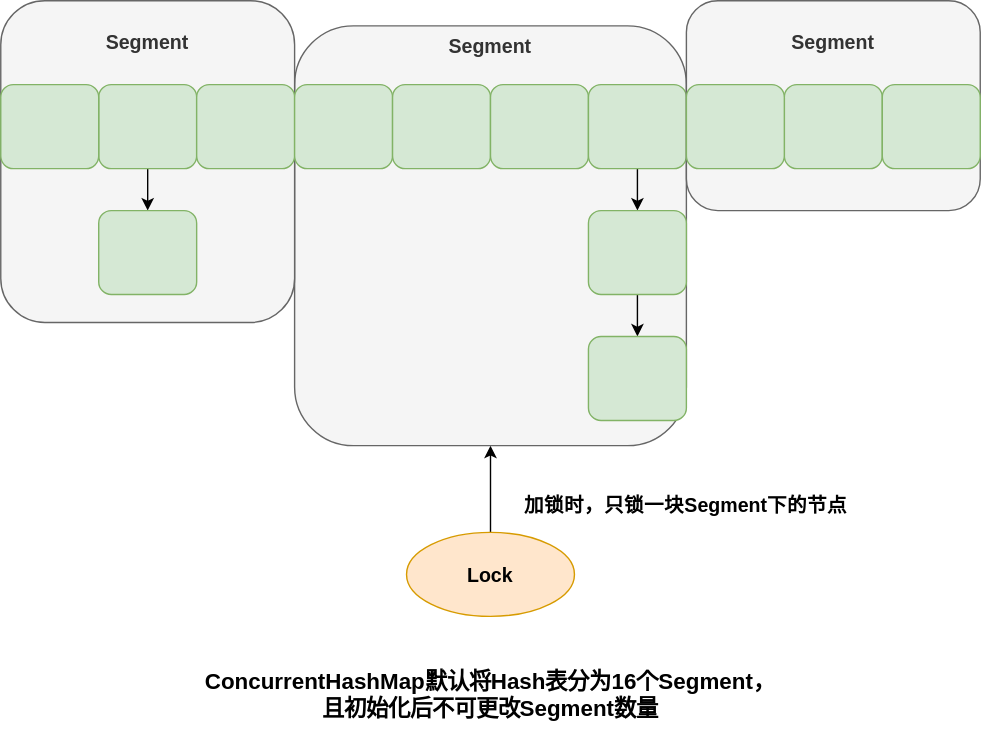
Above: Java/JavaSE/集合框架/Java7ConcurrentHashMap原理.drawio.svg in Developer-Tang/notes (draw.io), before the change. Source tidied: cells renumbered, new cells last; positions are measured from the earlier drawing's top-left corner, leaving out a move shared by most shapes.
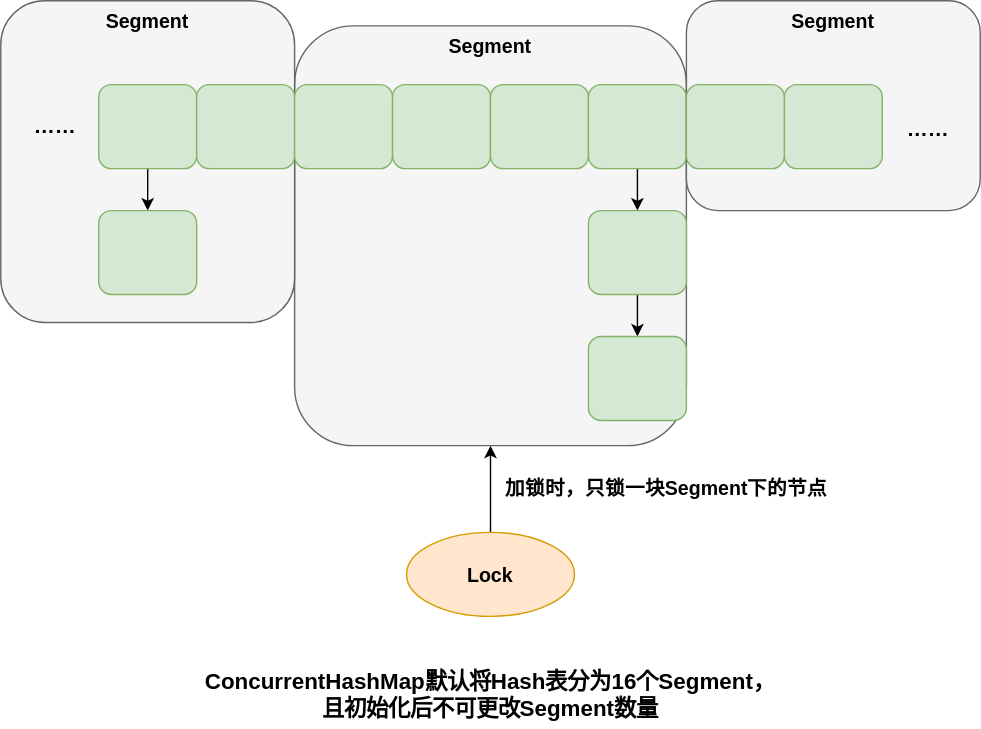
The same file after the commit.

Change to the diagram source:
```diff
@@ -5,10 +5,10 @@
     <mxCell id="2" style="rounded=0;jettySize=auto;fontSize=14;exitX=0.5;exitY=0;exitDx=0;exitDy=0;entryX=0.5;entryY=1;entryDx=0;entryDy=0;labelBackgroundColor=none;" parent="1" edge="1" source="11" target="3">
       <mxGeometry relative="1" as="geometry" />
     </mxCell>
-    <mxCell id="3" value="Segment" style="rounded=1;fillColor=#f5f5f5;strokeColor=#666666;fontColor=#333333;fontSize=14;fontStyle=1;labelPosition=center;verticalLabelPosition=middle;align=center;verticalAlign=top;spacingTop=0;labelBackgroundColor=none;" parent="1" vertex="1">
+    <mxCell id="3" value="Segment" style="rounded=1;fillColor=#f5f5f5;strokeColor=#666666;fontColor=default;fontSize=14;fontStyle=1;labelPosition=center;verticalLabelPosition=middle;align=center;verticalAlign=top;spacingTop=0;labelBackgroundColor=none;" parent="1" vertex="1">
       <mxGeometry x="210" y="18" width="280" height="300" as="geometry" />
     </mxCell>
-    <mxCell id="4" value="Segment" style="rounded=1;fillColor=#f5f5f5;strokeColor=#666666;fontColor=#333333;labelPosition=center;verticalLabelPosition=top;align=center;verticalAlign=bottom;spacingBottom=-40;fontStyle=1;fontSize=14;labelBackgroundColor=none;" parent="1" vertex="1">
+    <mxCell id="4" value="Segment" style="rounded=1;fillColor=#f5f5f5;strokeColor=#666666;fontColor=default;labelPosition=center;verticalLabelPosition=middle;align=center;verticalAlign=top;spacingBottom=-40;fontStyle=1;fontSize=14;labelBackgroundColor=none;" parent="1" vertex="1">
       <mxGeometry width="210" height="230" as="geometry" />
     </mxCell>
     <mxCell id="5" style="edgeStyle=none;rounded=0;jettySize=auto;fontSize=14;labelBackgroundColor=none;" parent="1" edge="1" source="6" target="19">
@@ -32,24 +32,18 @@
     <mxCell id="11" value="Lock" style="ellipse;rounded=1;fontSize=14;fontStyle=1;verticalAlign=middle;strokeColor=#d79b00;fillColor=#ffe6cc;spacingTop=0;labelBackgroundColor=none;" parent="1" vertex="1">
       <mxGeometry x="290" y="380" width="120" height="60" as="geometry" />
     </mxCell>
-    <mxCell id="12" style="rounded=1;fillColor=#d5e8d4;strokeColor=#82b366;labelBackgroundColor=none;" parent="1" vertex="1">
-      <mxGeometry y="60" width="70" height="60" as="geometry" />
-    </mxCell>
     <mxCell id="13" style="edgeStyle=none;rounded=0;jettySize=auto;fontSize=14;labelBackgroundColor=none;" parent="1" edge="1" source="14" target="21">
       <mxGeometry relative="1" as="geometry" />
     </mxCell>
     <mxCell id="14" style="rounded=1;fillColor=#d5e8d4;strokeColor=#82b366;labelBackgroundColor=none;" parent="1" vertex="1">
       <mxGeometry x="420" y="60" width="70" height="60" as="geometry" />
     </mxCell>
-    <mxCell id="15" value="Segment" style="rounded=1;fillColor=#f5f5f5;strokeColor=#666666;fontColor=#333333;labelPosition=center;verticalLabelPosition=top;align=center;verticalAlign=bottom;spacingBottom=-40;fontStyle=1;fontSize=14;labelBackgroundColor=none;" parent="1" vertex="1">
+    <mxCell id="15" value="Segment" style="rounded=1;fillColor=#f5f5f5;strokeColor=#666666;fontColor=default;labelPosition=center;verticalLabelPosition=middle;align=center;verticalAlign=top;spacingBottom=-40;fontStyle=1;fontSize=14;labelBackgroundColor=none;" parent="1" vertex="1">
       <mxGeometry x="490" width="210" height="150" as="geometry" />
     </mxCell>
     <mxCell id="16" style="rounded=1;fillColor=#d5e8d4;strokeColor=#82b366;labelBackgroundColor=none;" parent="1" vertex="1">
       <mxGeometry x="560" y="60" width="70" height="60" as="geometry" />
     </mxCell>
-    <mxCell id="17" style="rounded=1;fillColor=#d5e8d4;strokeColor=#82b366;labelBackgroundColor=none;" parent="1" vertex="1">
-      <mxGeometry x="630" y="60" width="70" height="60" as="geometry" />
-    </mxCell>
     <mxCell id="18" style="rounded=1;fillColor=#d5e8d4;strokeColor=#82b366;labelBackgroundColor=none;" parent="1" vertex="1">
       <mxGeometry x="490" y="60" width="70" height="60" as="geometry" />
     </mxCell>
@@ -66,10 +60,16 @@
       <mxGeometry x="420" y="240" width="70" height="60" as="geometry" />
     </mxCell>
     <mxCell id="23" value="加锁时，只锁一块Segment下的节点" style="text;align=center;verticalAlign=middle;strokeColor=none;fillColor=none;fontSize=14;fontStyle=1;labelBackgroundColor=none;" parent="1" vertex="1">
-      <mxGeometry x="370" y="350" width="240" height="20" as="geometry" />
+      <mxGeometry x="356" y="338" width="240" height="20" as="geometry" />
     </mxCell>
     <mxCell id="24" value="ConcurrentHashMap默认将Hash表分为16个Segment，&#10;且初始化后不可更改Segment数量" style="text;align=center;verticalAlign=middle;strokeColor=none;fillColor=none;fontSize=16;fontStyle=1;labelBackgroundColor=none;" parent="1" vertex="1">
       <mxGeometry x="135" y="470" width="430" height="50" as="geometry" />
     </mxCell>
+    <mxCell id="25" value="……" style="text;html=1;strokeColor=none;fillColor=none;align=center;verticalAlign=middle;whiteSpace=wrap;rounded=0;fontStyle=1;fontSize=15;" parent="1" vertex="1">
+      <mxGeometry x="6" y="60" width="66" height="58" as="geometry" />
+    </mxCell>
+    <mxCell id="26" value="……" style="text;html=1;strokeColor=none;fillColor=none;align=center;verticalAlign=middle;whiteSpace=wrap;rounded=0;fontStyle=1;fontSize=15;" parent="1" vertex="1">
+      <mxGeometry x="630" y="62" width="66" height="58" as="geometry" />
+    </mxCell>
   </root>
 </mxGraphModel>
```
